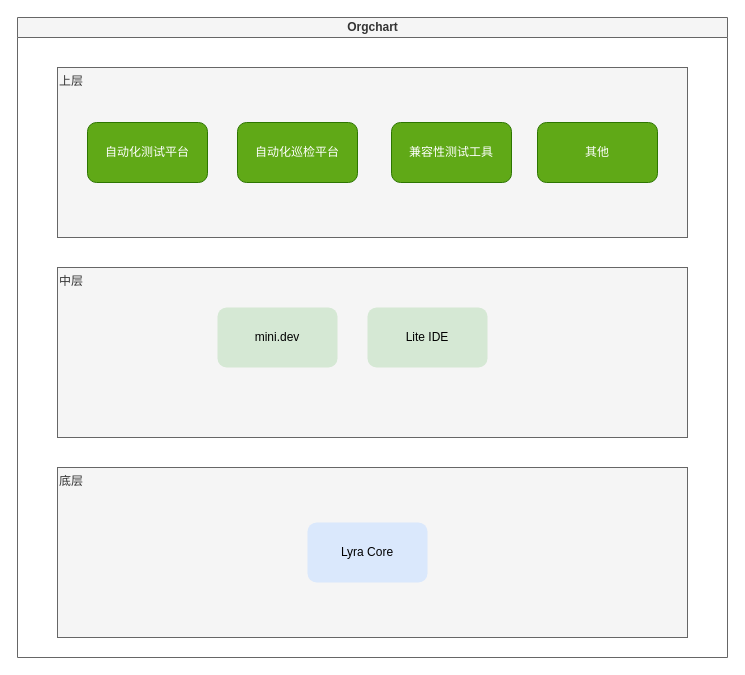
Before: Untitled Diagram.drawio in walkthunder/books, a draw.io diagram. Source tidied: cells renumbered, new cells numbered last; positions are measured from the earlier drawing's top-left corner, leaving out a move shared by most shapes. Both pictures are drawn from the tidied source at 100%, with x=0, y=0 at pixel (17, 17).
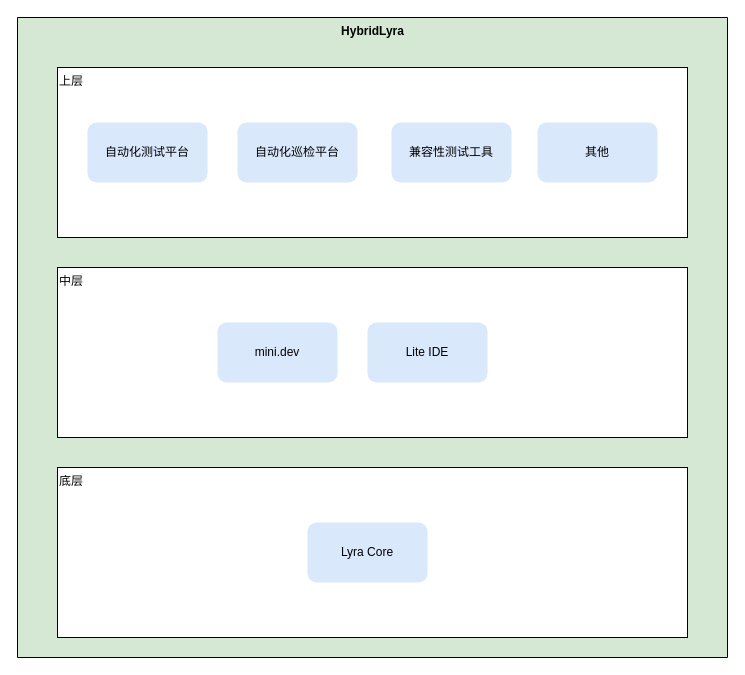
The same page after the edit.

Change to the diagram source:
```diff
@@
 <mxGraphModel>
   <root>
     <mxCell id="0" />
     <mxCell id="1" parent="0" />
-    <mxCell id="2" value="Orgchart" style="swimlane;html=1;startSize=20;horizontal=1;containerType=tree;glass=0;fillColor=#f5f5f5;strokeColor=#666666;fontColor=#333333;" parent="1" vertex="1">
+    <mxCell id="2" value="HybridLyra" style="swimlane;html=1;startSize=640;horizontal=1;containerType=tree;glass=0;fillColor=#d5e8d4;align=center;verticalAlign=top;" parent="1" vertex="1">
       <mxGeometry width="710" height="640" as="geometry" />
     </mxCell>
-    <mxCell id="3" value="上层" style="rounded=0;whiteSpace=wrap;html=1;verticalAlign=top;align=left;fillColor=#f5f5f5;strokeColor=#666666;fontColor=#333333;" parent="2" vertex="1">
+    <mxCell id="3" value="上层" style="rounded=0;whiteSpace=wrap;html=1;verticalAlign=top;align=left;" parent="2" vertex="1">
       <mxGeometry x="40" y="50" width="630" height="170" as="geometry" />
     </mxCell>
-    <mxCell id="4" value="中层" style="rounded=0;whiteSpace=wrap;html=1;align=left;verticalAlign=top;fillColor=#f5f5f5;strokeColor=#666666;fontColor=#333333;" parent="2" vertex="1">
+    <mxCell id="4" value="中层" style="rounded=0;whiteSpace=wrap;html=1;align=left;verticalAlign=top;" parent="2" vertex="1">
       <mxGeometry x="40" y="250" width="630" height="170" as="geometry" />
     </mxCell>
-    <mxCell id="5" value="底层" style="rounded=0;whiteSpace=wrap;html=1;align=left;verticalAlign=top;fillColor=#f5f5f5;strokeColor=#666666;fontColor=#333333;" parent="2" vertex="1">
+    <mxCell id="5" value="底层" style="rounded=0;whiteSpace=wrap;html=1;align=left;verticalAlign=top;" parent="2" vertex="1">
       <mxGeometry x="40" y="450" width="630" height="170" as="geometry" />
     </mxCell>
-    <mxCell id="6" value="自动化测试平台" style="rounded=1;whiteSpace=wrap;html=1;fillColor=#60a917;strokeColor=#2D7600;fontColor=#ffffff;" parent="2" vertex="1">
+    <mxCell id="6" value="自动化测试平台" style="rounded=1;whiteSpace=wrap;html=1;fillColor=#dae8fc;strokeColor=none;" parent="2" vertex="1">
       <mxGeometry x="70" y="105" width="120" height="60" as="geometry" />
     </mxCell>
-    <mxCell id="7" value="自动化巡检平台" style="rounded=1;whiteSpace=wrap;html=1;fillColor=#60a917;strokeColor=#2D7600;fontColor=#ffffff;" parent="2" vertex="1">
+    <mxCell id="7" value="自动化巡检平台" style="rounded=1;whiteSpace=wrap;html=1;fillColor=#dae8fc;strokeColor=none;" parent="2" vertex="1">
       <mxGeometry x="220" y="105" width="120" height="60" as="geometry" />
     </mxCell>
-    <mxCell id="8" value="兼容性测试工具" style="rounded=1;whiteSpace=wrap;html=1;fillColor=#60a917;strokeColor=#2D7600;fontColor=#ffffff;" parent="2" vertex="1">
+    <mxCell id="8" value="兼容性测试工具" style="rounded=1;whiteSpace=wrap;html=1;fillColor=#dae8fc;strokeColor=none;" parent="2" vertex="1">
       <mxGeometry x="374" y="105" width="120" height="60" as="geometry" />
     </mxCell>
-    <mxCell id="9" value="其他" style="rounded=1;whiteSpace=wrap;html=1;fillColor=#60a917;strokeColor=#2D7600;fontColor=#ffffff;" parent="2" vertex="1">
+    <mxCell id="9" value="其他" style="rounded=1;whiteSpace=wrap;html=1;fillColor=#dae8fc;strokeColor=none;" parent="2" vertex="1">
       <mxGeometry x="520" y="105" width="120" height="60" as="geometry" />
     </mxCell>
-    <mxCell id="10" value="mini.dev" style="rounded=1;whiteSpace=wrap;html=1;fillColor=#d5e8d4;strokeColor=none;" parent="2" vertex="1">
-      <mxGeometry x="200" y="290" width="120" height="60" as="geometry" />
+    <mxCell id="10" value="mini.dev" style="rounded=1;whiteSpace=wrap;html=1;fillColor=#dae8fc;strokeColor=none;" parent="2" vertex="1">
+      <mxGeometry x="200" y="305" width="120" height="60" as="geometry" />
     </mxCell>
-    <mxCell id="11" value="Lite IDE" style="rounded=1;whiteSpace=wrap;html=1;fillColor=#d5e8d4;strokeColor=none;" parent="2" vertex="1">
-      <mxGeometry x="350" y="290" width="120" height="60" as="geometry" />
+    <mxCell id="11" value="Lite IDE" style="rounded=1;whiteSpace=wrap;html=1;fillColor=#dae8fc;strokeColor=none;" parent="2" vertex="1">
+      <mxGeometry x="350" y="305" width="120" height="60" as="geometry" />
     </mxCell>
     <mxCell id="12" value="Lyra Core" style="rounded=1;whiteSpace=wrap;html=1;fillColor=#dae8fc;strokeColor=none;" parent="2" vertex="1">
       <mxGeometry x="290" y="505" width="120" height="60" as="geometry" />
     </mxCell>
   </root>
 </mxGraphModel>
```
